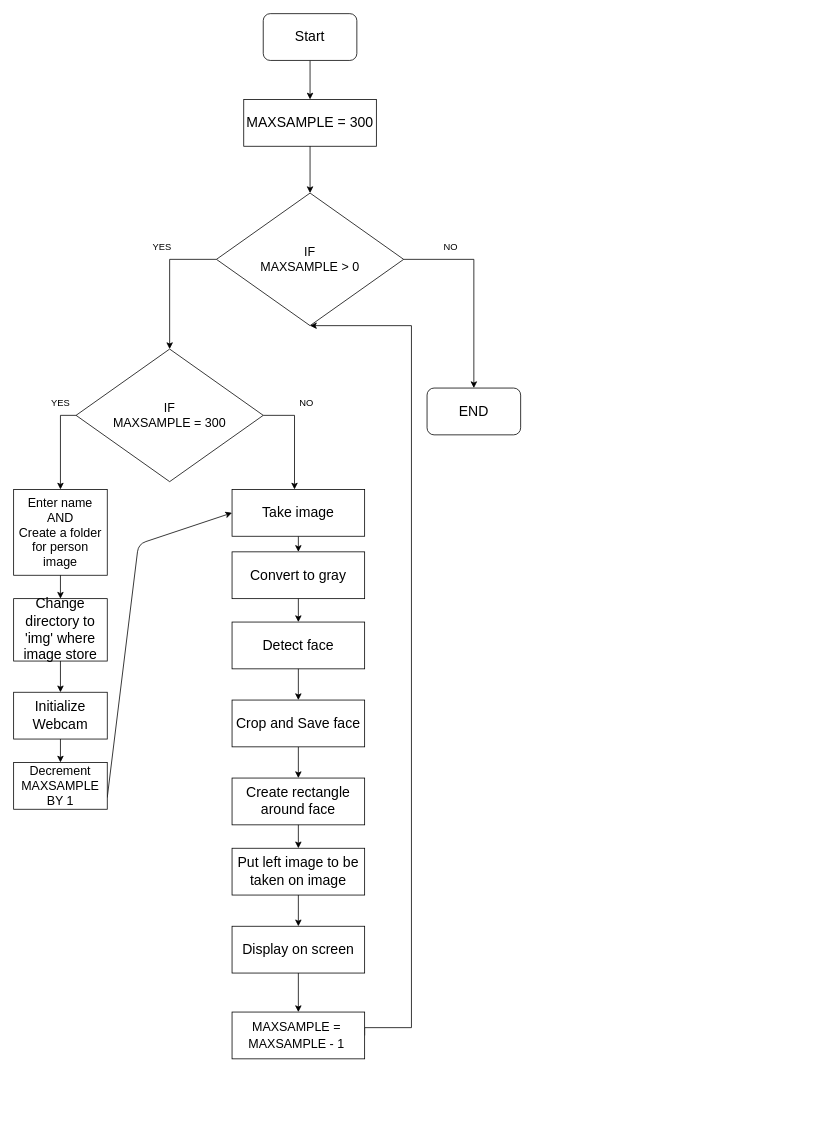
prashantsingh2408/Face-Recognition-Attendance-System keeps this draw.io diagram as Documentation/Flow Diagram/3.Upload Image.drawio. Above is the earlier version. Source tidied: cells renumbered, new cells numbered last; positions are measured from the earlier drawing's top-left corner, leaving out a move shared by most shapes. Both pictures are drawn from the tidied source at 78%, with x=0, y=0 at pixel (13, 13).
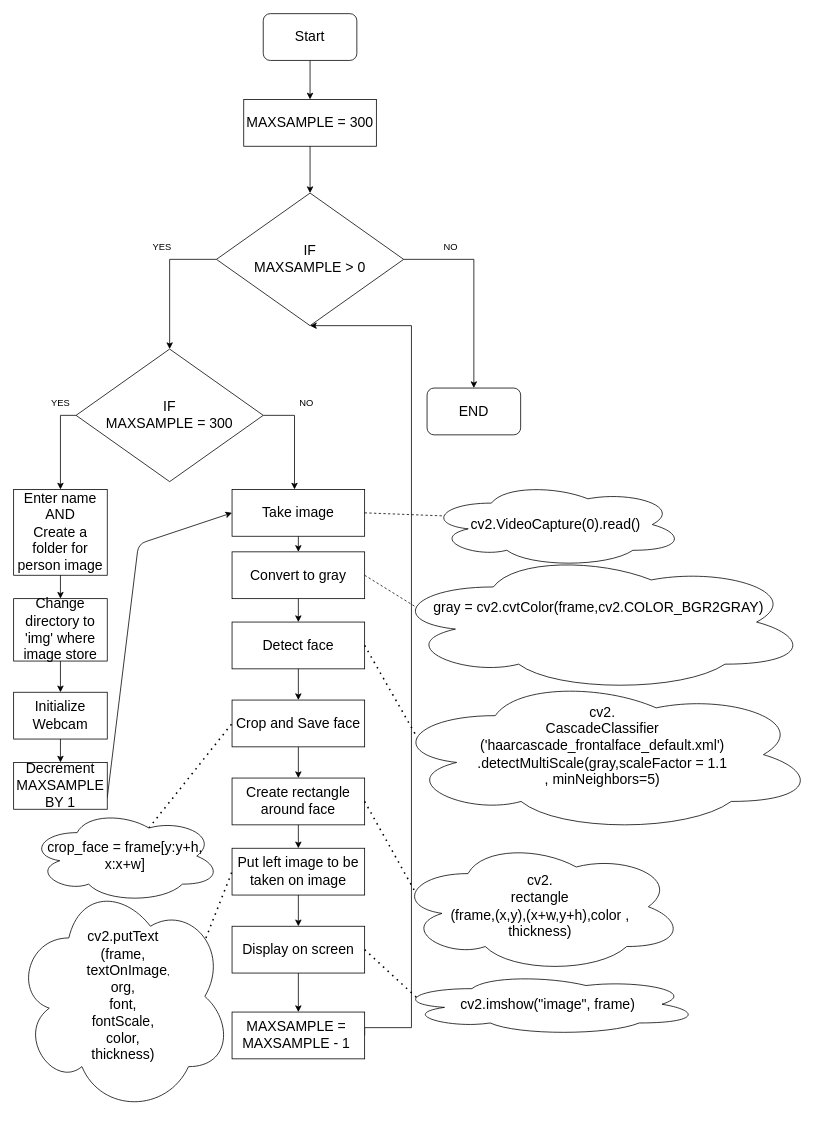
The same diagram, later.

The change refers to these unchanged cells:
```xml
<mxCell id="19" value="&lt;span style=&quot;font-size: 18px&quot;&gt;Convert to gray&lt;/span&gt;" style="rounded=0;whiteSpace=wrap;html=1;" parent="1" vertex="1">
  <mxGeometry x="280" y="690" width="170" height="60" as="geometry" />
</mxCell>
<mxCell id="21" value="&lt;span style=&quot;font-size: 18px&quot;&gt;Detect face&lt;/span&gt;" style="rounded=0;whiteSpace=wrap;html=1;" parent="1" vertex="1">
  <mxGeometry x="280" y="780" width="170" height="60" as="geometry" />
</mxCell>
<mxCell id="23" value="&lt;font style=&quot;font-size: 18px&quot;&gt;Create rectangle around face&lt;br&gt;&lt;/font&gt;" style="rounded=0;whiteSpace=wrap;html=1;" parent="1" vertex="1">
  <mxGeometry x="280" y="980" width="170" height="60" as="geometry" />
</mxCell>
<mxCell id="25" value="&lt;font style=&quot;font-size: 18px&quot;&gt;Put left image to be taken on image&lt;br&gt;&lt;/font&gt;" style="rounded=0;whiteSpace=wrap;html=1;" parent="1" vertex="1">
  <mxGeometry x="280" y="1070" width="170" height="60" as="geometry" />
</mxCell>
<mxCell id="27" value="&lt;font style=&quot;font-size: 18px&quot;&gt;Display on screen&lt;br&gt;&lt;/font&gt;" style="rounded=0;whiteSpace=wrap;html=1;" parent="1" vertex="1">
  <mxGeometry x="280" y="1170" width="170" height="60" as="geometry" />
</mxCell>
<mxCell id="34" value="&lt;span style=&quot;font-size: 18px&quot;&gt;Take image&lt;/span&gt;" style="rounded=0;whiteSpace=wrap;html=1;" parent="1" vertex="1">
  <mxGeometry x="280" y="610" width="170" height="60" as="geometry" />
</mxCell>
<mxCell id="40" value="&lt;font style=&quot;font-size: 18px&quot;&gt;Crop and Save face&lt;br&gt;&lt;/font&gt;" style="rounded=0;whiteSpace=wrap;html=1;" parent="1" vertex="1">
  <mxGeometry x="280" y="880" width="170" height="60" as="geometry" />
</mxCell>
```

Diff of the diagram source:
```diff
@@
-    <mxCell id="7" value="&lt;font size=&quot;3&quot;&gt;IF &lt;br&gt;MAXSAMPLE &amp;gt; 0&lt;/font&gt;" style="rhombus;whiteSpace=wrap;html=1;" parent="1" vertex="1">
+    <mxCell id="7" value="&lt;font style=&quot;font-size: 18px&quot;&gt;IF &lt;br&gt;MAXSAMPLE &amp;gt; 0&lt;/font&gt;" style="rhombus;whiteSpace=wrap;html=1;" parent="1" vertex="1">
       <mxGeometry x="260" y="230" width="240" height="170" as="geometry" />
     </mxCell>
@@
-    <mxCell id="13" value="&lt;font size=&quot;3&quot;&gt;IF &lt;br&gt;MAXSAMPLE = 300&lt;/font&gt;" style="rhombus;whiteSpace=wrap;html=1;" parent="1" vertex="1">
+    <mxCell id="13" value="&lt;font style=&quot;font-size: 18px&quot;&gt;IF &lt;br&gt;MAXSAMPLE = 300&lt;/font&gt;" style="rhombus;whiteSpace=wrap;html=1;" parent="1" vertex="1">
       <mxGeometry x="80" y="430" width="240" height="170" as="geometry" />
     </mxCell>
-    <mxCell id="14" value="&lt;font size=&quot;3&quot;&gt;Enter name&lt;br&gt;AND&lt;br&gt;Create a folder for person image&lt;br&gt;&lt;/font&gt;" style="rounded=0;whiteSpace=wrap;html=1;" parent="1" vertex="1">
+    <mxCell id="14" value="&lt;font style=&quot;font-size: 18px&quot;&gt;Enter name&lt;br&gt;AND&lt;br&gt;Create a folder for person image&lt;br&gt;&lt;/font&gt;" style="rounded=0;whiteSpace=wrap;html=1;" parent="1" vertex="1">
       <mxGeometry y="610" width="120" height="110" as="geometry" />
     </mxCell>
@@
-    <mxCell id="30" value="&lt;font style=&quot;font-size: 18px&quot;&gt;&lt;span style=&quot;font-size: medium&quot;&gt;MAXSAMPLE =&amp;nbsp;&lt;br&gt;&lt;/span&gt;&lt;span style=&quot;font-size: medium&quot;&gt;MAXSAMPLE - 1&lt;/span&gt;&lt;span style=&quot;font-size: medium&quot;&gt;&amp;nbsp;&lt;/span&gt;&lt;br&gt;&lt;/font&gt;" style="rounded=0;whiteSpace=wrap;html=1;" parent="1" vertex="1">
+    <mxCell id="30" value="&lt;font&gt;&lt;font style=&quot;font-size: 18px&quot;&gt;MAXSAMPLE =&amp;nbsp;&lt;br&gt;MAXSAMPLE - 1&amp;nbsp;&lt;/font&gt;&lt;br&gt;&lt;/font&gt;" style="rounded=0;whiteSpace=wrap;html=1;" parent="1" vertex="1">
       <mxGeometry x="280" y="1280" width="170" height="60" as="geometry" />
     </mxCell>
@@
-    <mxCell id="35" value="&lt;font size=&quot;3&quot;&gt;Decrement MAXSAMPLE BY 1&lt;/font&gt;" style="rounded=0;whiteSpace=wrap;html=1;" parent="1" vertex="1">
+    <mxCell id="35" value="&lt;font style=&quot;font-size: 18px&quot;&gt;Decrement MAXSAMPLE BY 1&lt;/font&gt;" style="rounded=0;whiteSpace=wrap;html=1;" parent="1" vertex="1">
       <mxGeometry y="960" width="120" height="60" as="geometry" />
     </mxCell>
@@
+    <mxCell id="41" style="endArrow=none;dashed=1;html=1;exitX=1;exitY=0.5;exitDx=0;exitDy=0;entryX=0.07;entryY=0.4;entryDx=0;entryDy=0;entryPerimeter=0;" parent="1" edge="1" source="34" target="42">
+      <mxGeometry relative="1" as="geometry" />
+    </mxCell>
+    <mxCell id="42" value="&lt;font style=&quot;font-size: 18px&quot;&gt;cv2.VideoCapture(0).read()&lt;/font&gt;" style="ellipse;shape=cloud;whiteSpace=wrap;html=1;" parent="1" vertex="1">
+      <mxGeometry x="530" y="600" width="330" height="110" as="geometry" />
+    </mxCell>
+    <mxCell id="43" style="endArrow=none;dashed=1;html=1;exitX=1;exitY=0.5;exitDx=0;exitDy=0;entryX=0.07;entryY=0.4;entryDx=0;entryDy=0;entryPerimeter=0;" parent="1" edge="1" source="19" target="44">
+      <mxGeometry relative="1" as="geometry" />
+    </mxCell>
+    <mxCell id="44" value="&lt;span&gt;&lt;font style=&quot;font-size: 18px&quot;&gt;&lt;font&gt;gray = cv2.cvtColor(frame,cv2.COLOR_BGR2GRAY)&lt;br&gt;&lt;/font&gt;&lt;br&gt;&lt;/font&gt;&lt;br&gt;&lt;/span&gt;" style="ellipse;shape=cloud;whiteSpace=wrap;html=1;" parent="1" vertex="1">
+      <mxGeometry x="480" y="690" width="540" height="180" as="geometry" />
+    </mxCell>
+    <mxCell id="45" style="endArrow=none;dashed=1;html=1;dashPattern=1 3;strokeWidth=2;exitX=1;exitY=0.5;exitDx=0;exitDy=0;entryX=0.07;entryY=0.4;entryDx=0;entryDy=0;entryPerimeter=0;" parent="1" edge="1" source="21" target="46">
+      <mxGeometry relative="1" as="geometry" />
+    </mxCell>
+    <mxCell id="46" value="&lt;font style=&quot;font-size: 18px&quot;&gt;cv2.&lt;br&gt;CascadeClassifier&lt;br&gt;('haarcascade_frontalface_default.xml')&lt;br&gt;.detectMultiScale(gray,scaleFactor = 1.1&lt;br&gt;, minNeighbors=5)&lt;br&gt;&lt;br&gt;&lt;/font&gt;" style="ellipse;shape=cloud;whiteSpace=wrap;html=1;" parent="1" vertex="1">
+      <mxGeometry x="480" y="850" width="550" height="200" as="geometry" />
+    </mxCell>
+    <mxCell id="47" style="endArrow=none;dashed=1;html=1;dashPattern=1 3;strokeWidth=2;entryX=0;entryY=0.5;entryDx=0;entryDy=0;exitX=0.625;exitY=0.2;exitDx=0;exitDy=0;exitPerimeter=0;" parent="1" edge="1" source="48" target="40">
+      <mxGeometry relative="1" as="geometry" />
+    </mxCell>
+    <mxCell id="48" value="&lt;font style=&quot;font-size: 18px&quot;&gt;crop_face = frame[y:y+h, x:x+w]&lt;br&gt;&lt;/font&gt;" style="ellipse;shape=cloud;whiteSpace=wrap;html=1;" parent="1" vertex="1">
+      <mxGeometry x="20" y="1020" width="245.5" height="120" as="geometry" />
+    </mxCell>
+    <mxCell id="49" style="endArrow=none;dashed=1;html=1;dashPattern=1 3;strokeWidth=2;exitX=1;exitY=0.5;exitDx=0;exitDy=0;entryX=0.07;entryY=0.4;entryDx=0;entryDy=0;entryPerimeter=0;" parent="1" edge="1" source="23" target="50">
+      <mxGeometry relative="1" as="geometry" />
+    </mxCell>
+    <mxCell id="50" value="&lt;font style=&quot;font-size: 18px&quot;&gt;cv2.&lt;br&gt;rectangle&lt;br&gt;(frame,(x,y),(x+w,y+h),color ,&lt;br&gt;thickness)&lt;/font&gt;" style="ellipse;shape=cloud;whiteSpace=wrap;html=1;" parent="1" vertex="1">
+      <mxGeometry x="490" y="1060" width="370" height="170" as="geometry" />
+    </mxCell>
+    <mxCell id="51" style="endArrow=none;dashed=1;html=1;dashPattern=1 3;strokeWidth=2;entryX=0;entryY=0.5;entryDx=0;entryDy=0;exitX=0.88;exitY=0.25;exitDx=0;exitDy=0;exitPerimeter=0;" parent="1" edge="1" source="52" target="25">
+      <mxGeometry relative="1" as="geometry" />
+    </mxCell>
+    <mxCell id="52" value="&lt;div&gt;&lt;font style=&quot;font-size: 18px&quot;&gt;cv2.putText&lt;/font&gt;&lt;/div&gt;&lt;div&gt;&lt;font style=&quot;font-size: 18px&quot;&gt;(frame,&lt;/font&gt;&lt;/div&gt;&lt;div&gt;&lt;font style=&quot;font-size: 12px&quot;&gt;&amp;nbsp; &amp;nbsp; &lt;/font&gt;&lt;font style=&quot;font-size: 18px&quot;&gt;textOnImage&lt;/font&gt;&lt;font style=&quot;font-size: 12px&quot;&gt;,&lt;/font&gt;&lt;/div&gt;&lt;div&gt;&lt;span style=&quot;font-size: 18px&quot;&gt;org,&lt;/span&gt;&lt;/div&gt;&lt;div&gt;&lt;font style=&quot;font-size: 18px&quot;&gt;font,&lt;/font&gt;&lt;/div&gt;&lt;div&gt;&lt;font style=&quot;font-size: 18px&quot;&gt;fontScale,&lt;/font&gt;&lt;/div&gt;&lt;div&gt;&lt;font style=&quot;font-size: 18px&quot;&gt;color,&lt;/font&gt;&lt;/div&gt;&lt;div&gt;&lt;font style=&quot;font-size: 18px&quot;&gt;thickness)&lt;/font&gt;&lt;/div&gt;" style="ellipse;shape=cloud;whiteSpace=wrap;html=1;" parent="1" vertex="1">
+      <mxGeometry x="1" y="1110" width="279" height="300" as="geometry" />
+    </mxCell>
+    <mxCell id="53" style="endArrow=none;dashed=1;html=1;dashPattern=1 3;strokeWidth=2;exitX=1;exitY=0.5;exitDx=0;exitDy=0;entryX=0.07;entryY=0.4;entryDx=0;entryDy=0;entryPerimeter=0;" parent="1" edge="1" source="27" target="54">
+      <mxGeometry relative="1" as="geometry" />
+    </mxCell>
+    <mxCell id="54" value="&lt;font style=&quot;font-size: 18px&quot;&gt;cv2.imshow(&quot;image&quot;, frame)&lt;/font&gt;" style="ellipse;shape=cloud;whiteSpace=wrap;html=1;" parent="1" vertex="1">
+      <mxGeometry x="490" y="1230" width="390" height="80" as="geometry" />
+    </mxCell>
```
